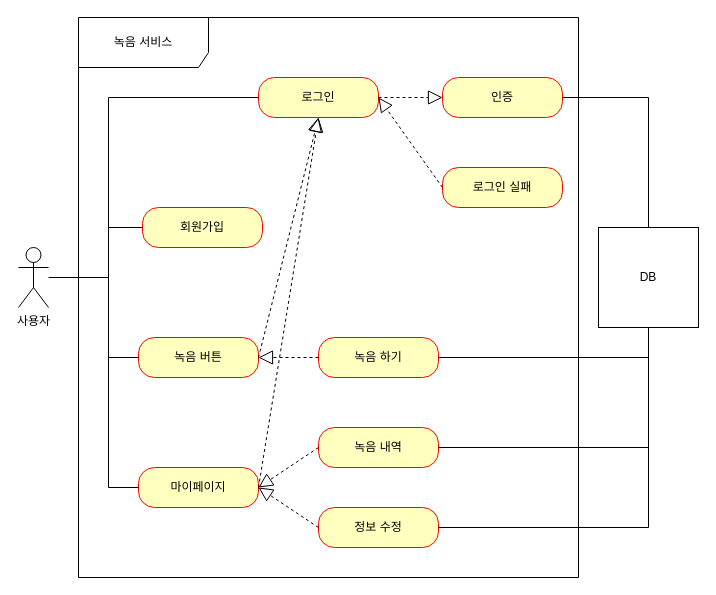
Before: 유스케이스다이어그램.drawio in ggammonn/gittest3, a draw.io diagram. Source tidied: cells renumbered, new cells numbered last; positions are measured from the earlier drawing's top-left corner, leaving out a move shared by most shapes. Both pictures are drawn from the tidied source at 100%, with x=0, y=0 at pixel (18, 17).
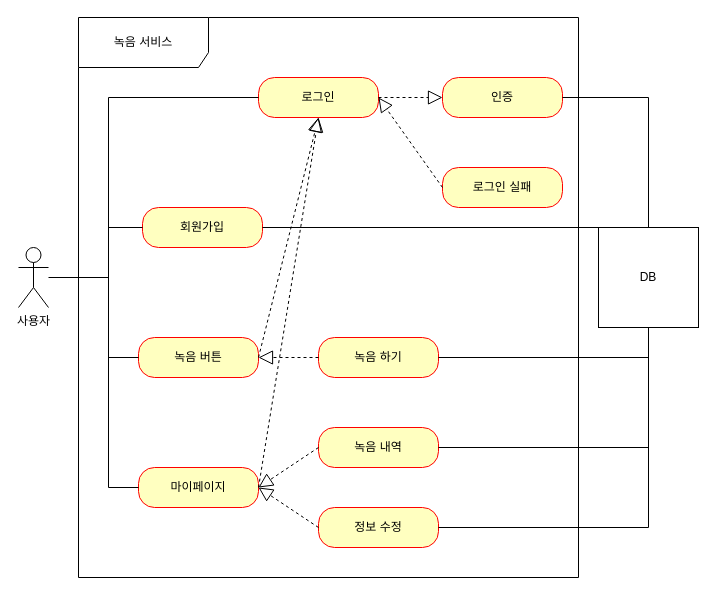
The same page after the edit.

Commit message (it also covers changes not shown here):
유스케이스다이어그램.drawio 업데이트

Unchanged cells that the change refers to:
```xml
<mxCell id="4" value="회원가입" style="rounded=1;whiteSpace=wrap;html=1;arcSize=40;fontColor=#000000;fillColor=#ffffc0;strokeColor=#ff0000;" parent="1" vertex="1">
  <mxGeometry x="124" y="190" width="120" height="40" as="geometry" />
</mxCell>
<mxCell id="16" value="DB" style="html=1;whiteSpace=wrap;" parent="1" vertex="1">
  <mxGeometry x="580" y="210" width="100" height="100" as="geometry" />
</mxCell>
```

What changed in the source:
```diff
@@
+    <mxCell id="33" style="endArrow=none;html=1;rounded=0;exitX=1;exitY=0.5;exitDx=0;exitDy=0;entryX=0;entryY=0;entryDx=0;entryDy=0;" parent="1" edge="1" source="4" target="16">
+      <mxGeometry relative="1" as="geometry" />
+    </mxCell>
```
